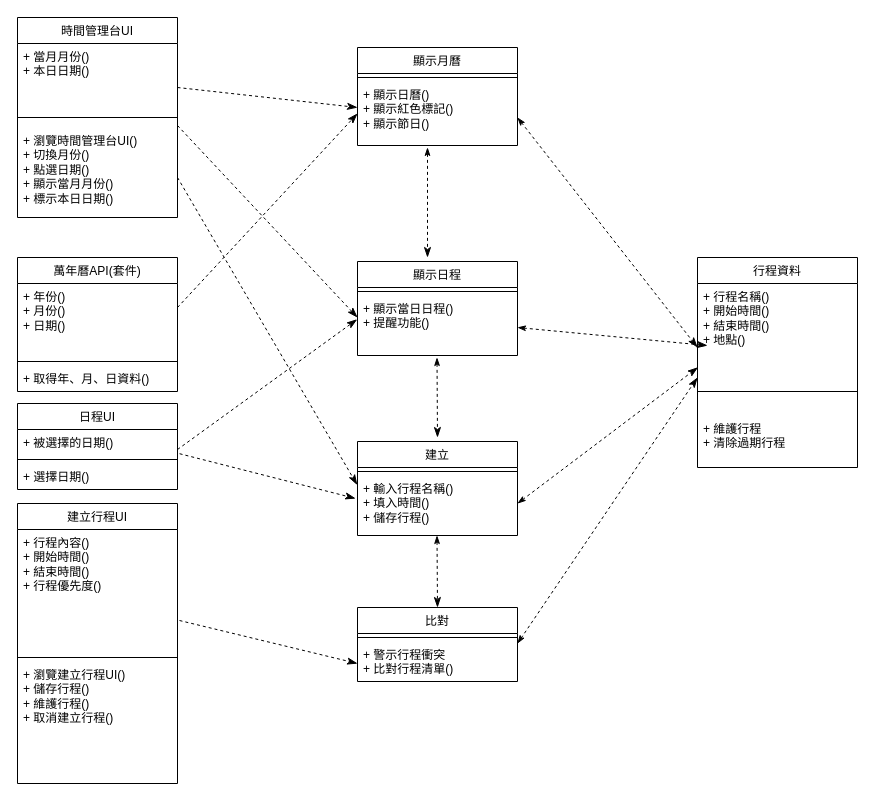
This is 類別圖.drawio from Kevincheng0804/Graduation-Topic, a draw.io file, before an edit. Source tidied: cells renumbered, new cells numbered last; positions are measured from the earlier drawing's top-left corner, leaving out a move shared by most shapes. Both pictures are drawn from the tidied source at 100%, with x=0, y=0 at pixel (17, 17).
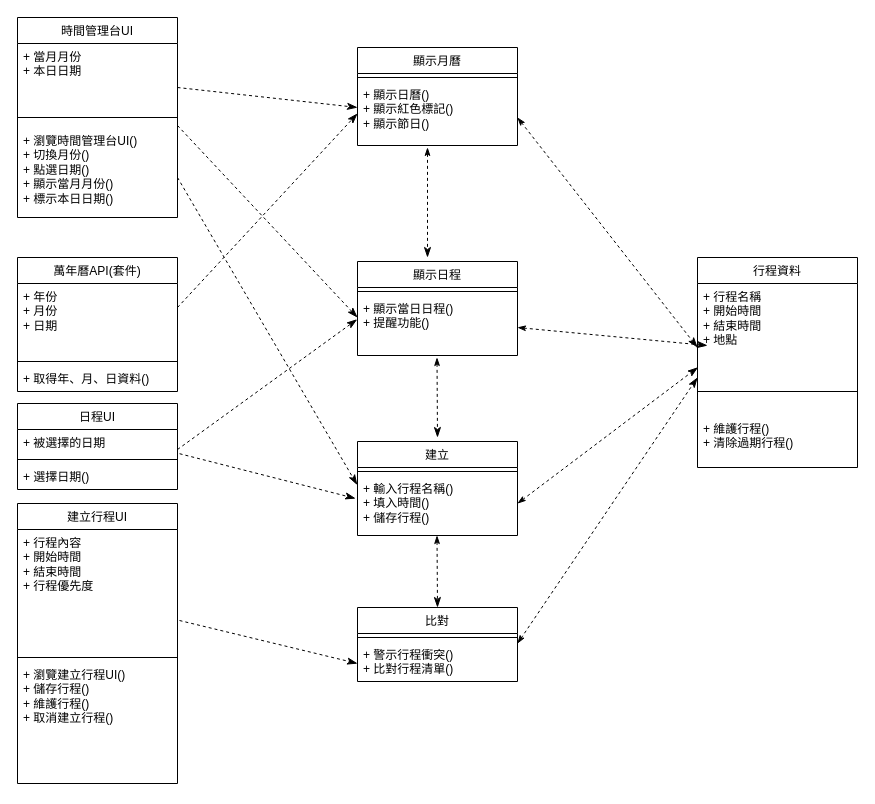
The same diagram, later.

Commit message:
更新類別圖.drawio

Unchanged cells that the change refers to:
```xml
<mxCell id="2" value="&lt;span style=&quot;font-weight: 400;&quot;&gt;時間管理台&lt;/span&gt;&lt;span style=&quot;font-weight: 400;&quot;&gt;UI&lt;/span&gt;" style="swimlane;fontStyle=1;align=center;verticalAlign=top;horizontal=1;startSize=26;whiteSpace=wrap;html=1;" parent="1" vertex="1">
  <mxGeometry width="160" height="200" as="geometry" />
</mxCell>
<mxCell id="6" value="&lt;span style=&quot;font-weight: 400;&quot;&gt;萬年曆API(套件)&lt;/span&gt;" style="swimlane;fontStyle=1;align=center;verticalAlign=top;horizontal=1;startSize=26;whiteSpace=wrap;html=1;" parent="1" vertex="1">
  <mxGeometry y="240" width="160" height="134" as="geometry" />
</mxCell>
<mxCell id="10" value="&lt;span style=&quot;font-weight: 400;&quot;&gt;日程UI&lt;/span&gt;" style="swimlane;fontStyle=1;align=center;verticalAlign=top;horizontal=1;startSize=26;whiteSpace=wrap;html=1;" parent="1" vertex="1">
  <mxGeometry y="386" width="160" height="86" as="geometry" />
</mxCell>
<mxCell id="14" value="&lt;span style=&quot;font-weight: 400;&quot;&gt;建立行程UI&lt;/span&gt;" style="swimlane;fontStyle=1;align=center;verticalAlign=top;horizontal=1;startSize=26;whiteSpace=wrap;html=1;" parent="1" vertex="1">
  <mxGeometry y="486" width="160" height="280" as="geometry" />
</mxCell>
<mxCell id="24" value="&lt;span style=&quot;font-weight: 400;&quot;&gt;比對&lt;/span&gt;" style="swimlane;fontStyle=1;align=center;verticalAlign=top;horizontal=1;startSize=26;whiteSpace=wrap;html=1;" parent="1" vertex="1">
  <mxGeometry x="340" y="590" width="160" height="74" as="geometry" />
</mxCell>
<mxCell id="27" value="&lt;span style=&quot;font-weight: 400;&quot;&gt;行程資料&lt;/span&gt;" style="swimlane;fontStyle=1;align=center;verticalAlign=top;horizontal=1;startSize=26;whiteSpace=wrap;html=1;" parent="1" vertex="1">
  <mxGeometry x="680" y="240" width="160" height="210" as="geometry" />
</mxCell>
```

Diff of the diagram source:
```diff
@@
-    <mxCell id="3" value="+ 當月月份()&lt;div&gt;+ 本日日期()&lt;/div&gt;&lt;div&gt;&amp;nbsp;&lt;/div&gt;" style="text;strokeColor=none;fillColor=none;align=left;verticalAlign=top;spacingLeft=4;spacingRight=4;overflow=hidden;whiteSpace=wrap;html=1;" parent="2" vertex="1">
+    <mxCell id="3" value="+ 當月月份&lt;div&gt;+ 本日日期&lt;/div&gt;&lt;div&gt;&amp;nbsp;&lt;/div&gt;" style="text;strokeColor=none;fillColor=none;align=left;verticalAlign=top;spacingLeft=4;spacingRight=4;overflow=hidden;whiteSpace=wrap;html=1;" parent="2" vertex="1">
       <mxGeometry y="26" width="160" height="64" as="geometry" />
     </mxCell>
@@
-    <mxCell id="7" value="&lt;div&gt;+ 年份()&lt;/div&gt;+ 月份()&lt;div&gt;+ 日期()&lt;/div&gt;" style="text;strokeColor=none;fillColor=none;align=left;verticalAlign=top;spacingLeft=4;spacingRight=4;overflow=hidden;whiteSpace=wrap;html=1;" parent="6" vertex="1">
+    <mxCell id="7" value="&lt;div&gt;+ 年份&lt;/div&gt;+ 月份&lt;div&gt;+ 日期&lt;/div&gt;" style="text;strokeColor=none;fillColor=none;align=left;verticalAlign=top;spacingLeft=4;spacingRight=4;overflow=hidden;whiteSpace=wrap;html=1;" parent="6" vertex="1">
       <mxGeometry y="26" width="160" height="74" as="geometry" />
     </mxCell>
@@
-    <mxCell id="11" value="+ 被選擇的日期()&lt;div&gt;&lt;br&gt;&lt;/div&gt;" style="text;strokeColor=none;fillColor=none;align=left;verticalAlign=top;spacingLeft=4;spacingRight=4;overflow=hidden;points=[[0,0.5],[1,0.5]];portConstraint=eastwest;whiteSpace=wrap;html=1;" parent="10" vertex="1">
+    <mxCell id="11" value="+ 被選擇的日期&lt;div&gt;&lt;br&gt;&lt;/div&gt;" style="text;strokeColor=none;fillColor=none;align=left;verticalAlign=top;spacingLeft=4;spacingRight=4;overflow=hidden;points=[[0,0.5],[1,0.5]];portConstraint=eastwest;whiteSpace=wrap;html=1;" parent="10" vertex="1">
       <mxGeometry y="26" width="160" height="26" as="geometry" />
     </mxCell>
@@
-    <mxCell id="15" value="&lt;div&gt;+ 行程內容()&lt;/div&gt;&lt;div&gt;+ 開始時間()&lt;/div&gt;&lt;div&gt;+ 結束時間()&lt;/div&gt;&lt;div&gt;+ 行程優先度()&lt;/div&gt;" style="text;strokeColor=none;fillColor=none;align=left;verticalAlign=top;spacingLeft=4;spacingRight=4;overflow=hidden;whiteSpace=wrap;html=1;" parent="14" vertex="1">
+    <mxCell id="15" value="&lt;div&gt;+ 行程內容&lt;/div&gt;&lt;div&gt;+ 開始時間&lt;/div&gt;&lt;div&gt;+ 結束時間&lt;/div&gt;&lt;div&gt;+ 行程優先度&lt;/div&gt;" style="text;strokeColor=none;fillColor=none;align=left;verticalAlign=top;spacingLeft=4;spacingRight=4;overflow=hidden;whiteSpace=wrap;html=1;" parent="14" vertex="1">
       <mxGeometry y="26" width="160" height="124" as="geometry" />
     </mxCell>
@@
-    <mxCell id="26" value="+ 警示行程衝突&lt;div&gt;+ 比對&lt;span style=&quot;background-color: transparent; color: light-dark(rgb(0, 0, 0), rgb(255, 255, 255));&quot;&gt;行程清單()&lt;/span&gt;&lt;/div&gt;&lt;div&gt;&lt;br&gt;&lt;/div&gt;" style="text;strokeColor=none;fillColor=none;align=left;verticalAlign=top;spacingLeft=4;spacingRight=4;overflow=hidden;whiteSpace=wrap;html=1;" parent="24" vertex="1">
+    <mxCell id="26" value="+ 警示行程衝突()&lt;div&gt;+ 比對&lt;span style=&quot;background-color: transparent; color: light-dark(rgb(0, 0, 0), rgb(255, 255, 255));&quot;&gt;行程清單()&lt;/span&gt;&lt;/div&gt;&lt;div&gt;&lt;br&gt;&lt;/div&gt;" style="text;strokeColor=none;fillColor=none;align=left;verticalAlign=top;spacingLeft=4;spacingRight=4;overflow=hidden;whiteSpace=wrap;html=1;" parent="24" vertex="1">
       <mxGeometry y="34" width="160" height="40" as="geometry" />
     </mxCell>
@@
-    <mxCell id="28" value="+&amp;nbsp;&lt;span style=&quot;background-color: transparent; color: light-dark(rgb(0, 0, 0), rgb(255, 255, 255));&quot;&gt;行程名稱()&lt;/span&gt;&lt;div&gt;&lt;span style=&quot;background-color: transparent; color: light-dark(rgb(0, 0, 0), rgb(255, 255, 255));&quot;&gt;+ 開始時間()&lt;/span&gt;&lt;/div&gt;&lt;div&gt;&lt;span style=&quot;background-color: transparent; color: light-dark(rgb(0, 0, 0), rgb(255, 255, 255));&quot;&gt;+ 結束時間()&amp;nbsp;&lt;/span&gt;&lt;/div&gt;&lt;div&gt;&lt;span style=&quot;background-color: transparent; color: light-dark(rgb(0, 0, 0), rgb(255, 255, 255));&quot;&gt;+ 地點()&lt;/span&gt;&lt;/div&gt;" style="text;strokeColor=none;fillColor=none;align=left;verticalAlign=top;spacingLeft=4;spacingRight=4;overflow=hidden;points=[[0,0.5],[1,0.5]];portConstraint=eastwest;whiteSpace=wrap;html=1;" parent="27" vertex="1">
+    <mxCell id="28" value="+&amp;nbsp;&lt;span style=&quot;background-color: transparent; color: light-dark(rgb(0, 0, 0), rgb(255, 255, 255));&quot;&gt;行程名稱&lt;/span&gt;&lt;div&gt;&lt;span style=&quot;background-color: transparent; color: light-dark(rgb(0, 0, 0), rgb(255, 255, 255));&quot;&gt;+ 開始時間&lt;/span&gt;&lt;/div&gt;&lt;div&gt;&lt;span style=&quot;background-color: transparent; color: light-dark(rgb(0, 0, 0), rgb(255, 255, 255));&quot;&gt;+ 結束時間&amp;nbsp;&lt;/span&gt;&lt;/div&gt;&lt;div&gt;&lt;span style=&quot;background-color: transparent; color: light-dark(rgb(0, 0, 0), rgb(255, 255, 255));&quot;&gt;+ 地點&lt;/span&gt;&lt;/div&gt;" style="text;strokeColor=none;fillColor=none;align=left;verticalAlign=top;spacingLeft=4;spacingRight=4;overflow=hidden;points=[[0,0.5],[1,0.5]];portConstraint=eastwest;whiteSpace=wrap;html=1;" parent="27" vertex="1">
       <mxGeometry y="26" width="160" height="84" as="geometry" />
     </mxCell>
@@
-    <mxCell id="30" value="+ 維護行程&lt;div&gt;+ 清除過期行程&lt;/div&gt;" style="text;strokeColor=none;fillColor=none;align=left;verticalAlign=top;spacingLeft=4;spacingRight=4;overflow=hidden;whiteSpace=wrap;html=1;" parent="27" vertex="1">
+    <mxCell id="30" value="+ 維護行程()&lt;div&gt;+ 清除過期行程()&lt;/div&gt;" style="text;strokeColor=none;fillColor=none;align=left;verticalAlign=top;spacingLeft=4;spacingRight=4;overflow=hidden;whiteSpace=wrap;html=1;" parent="27" vertex="1">
       <mxGeometry y="158" width="160" height="52" as="geometry" />
     </mxCell>
```
